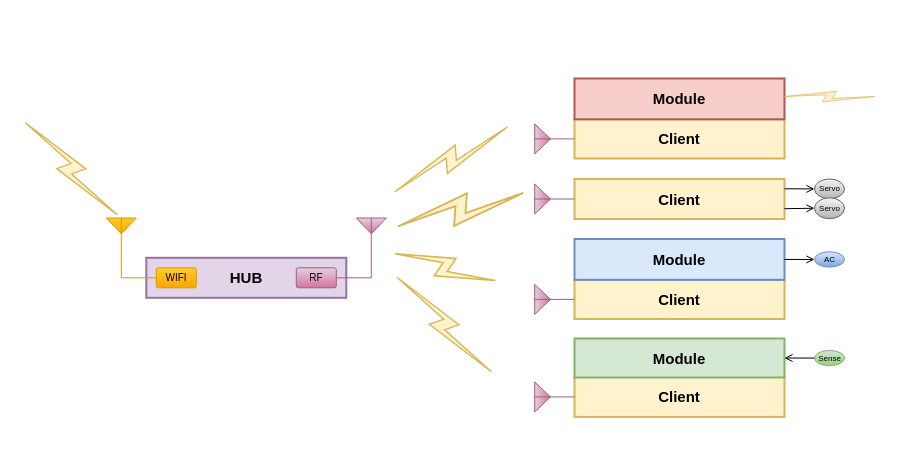
Earlier version of the draw.io diagram page "Simple Block Diagram" (1 of 7) of system_design.drawio (crgmakes/aquarius-design). Source tidied: cells renumbered, new cells numbered last; positions are measured from the earlier drawing's top-left corner, leaving out a move shared by most shapes. Both pictures are drawn from the tidied source at 100%, with x=0, y=0 at pixel (6, 78).
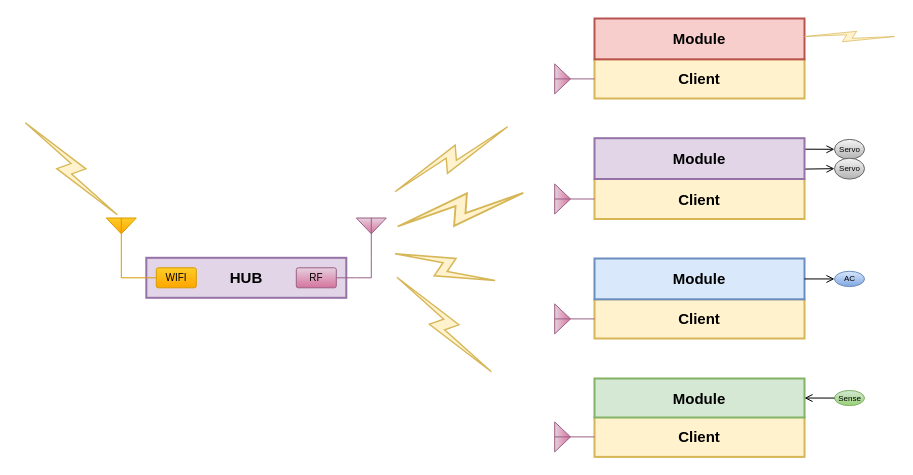
The same diagram, later.

The edit, as a diff of the source:
```diff
@@
     <mxCell id="3" value="Client" style="rounded=0;whiteSpace=wrap;html=1;fillColor=#fff2cc;strokeWidth=2;fontStyle=1;fontFamily=Caros;fontSize=15;verticalAlign=middle;strokeColor=#d6b656;" parent="1" vertex="1">
-      <mxGeometry x="568" y="100.5" width="210" height="40" as="geometry" />
+      <mxGeometry x="588" y="100.5" width="210" height="40" as="geometry" />
     </mxCell>
     <mxCell id="4" style="verticalLabelPosition=bottom;shadow=0;dashed=0;align=center;html=1;verticalAlign=top;shape=mxgraph.electrical.radio.aerial_-_antenna_2;direction=north;fillColor=#e6d0de;gradientColor=#d5739d;strokeColor=#996185;" parent="1" vertex="1">
-      <mxGeometry x="528" y="105.5" width="40" height="30" as="geometry" />
+      <mxGeometry x="548" y="105.5" width="40" height="30" as="geometry" />
     </mxCell>
     <mxCell id="5" value="Servo" style="ellipse;html=1;fontSize=8;fillColor=#f5f5f5;gradientColor=#b3b3b3;strokeColor=#666666;" parent="1" vertex="1">
-      <mxGeometry x="808" y="100.5" width="30" height="19.8" as="geometry" />
+      <mxGeometry x="828" y="60.9" width="30" height="19.8" as="geometry" />
     </mxCell>
     <mxCell id="6" style="endArrow=open;html=1;rounded=0;align=center;verticalAlign=top;endFill=0;labelBackgroundColor=none;endSize=6;exitX=1;exitY=0.25;exitDx=0;exitDy=0;" parent="1" edge="1" target="5">
       <mxGeometry relative="1" as="geometry">
-        <mxPoint x="778" y="110.3" as="sourcePoint" />
+        <mxPoint x="798" y="70.7" as="sourcePoint" />
       </mxGeometry>
     </mxCell>
     <mxCell id="7" value="Servo" style="ellipse;html=1;fontSize=8;fillColor=#f5f5f5;gradientColor=#b3b3b3;strokeColor=#666666;" parent="1" vertex="1">
-      <mxGeometry x="808" y="119.3" width="30" height="20.9" as="geometry" />
+      <mxGeometry x="828" y="79.7" width="30" height="20.9" as="geometry" />
     </mxCell>
     <mxCell id="8" style="endArrow=open;html=1;rounded=0;align=center;verticalAlign=top;endFill=0;labelBackgroundColor=none;endSize=6;exitX=1;exitY=0.75;exitDx=0;exitDy=0;" parent="1" edge="1" target="7">
       <mxGeometry relative="1" as="geometry">
-        <mxPoint x="778" y="130.2" as="sourcePoint" />
+        <mxPoint x="798" y="90.6" as="sourcePoint" />
       </mxGeometry>
     </mxCell>
     <mxCell id="9" value="Client" style="rounded=0;whiteSpace=wrap;html=1;fillColor=#fff2cc;strokeWidth=2;fontStyle=1;fontFamily=Caros;fontSize=15;verticalAlign=middle;strokeColor=#d6b656;" parent="1" vertex="1">
-      <mxGeometry x="568" y="201.3" width="210" height="39.2" as="geometry" />
+      <mxGeometry x="588" y="220.8" width="210" height="39.2" as="geometry" />
     </mxCell>
     <mxCell id="10" style="verticalLabelPosition=bottom;shadow=0;dashed=0;align=center;html=1;verticalAlign=top;shape=mxgraph.electrical.radio.aerial_-_antenna_2;direction=north;fillColor=#e6d0de;gradientColor=#d5739d;strokeColor=#996185;" parent="1" vertex="1">
-      <mxGeometry x="528" y="205.9" width="40" height="30" as="geometry" />
+      <mxGeometry x="548" y="225.4" width="40" height="30" as="geometry" />
     </mxCell>
     <mxCell id="11" value="Module" style="rounded=0;whiteSpace=wrap;html=1;fillColor=#dae8fc;strokeWidth=2;fontStyle=1;fontFamily=Caros;fontSize=15;verticalAlign=middle;strokeColor=#6c8ebf;" parent="1" vertex="1">
-      <mxGeometry x="568" y="160.5" width="210" height="40.8" as="geometry" />
+      <mxGeometry x="588" y="180" width="210" height="40.8" as="geometry" />
     </mxCell>
     <mxCell id="12" value="AC" style="ellipse;html=1;fontSize=8;fillColor=#dae8fc;gradientColor=#7ea6e0;strokeColor=#6c8ebf;" parent="1" vertex="1">
-      <mxGeometry x="808" y="173.3" width="30" height="15.3" as="geometry" />
+      <mxGeometry x="828" y="192.8" width="30" height="15.3" as="geometry" />
     </mxCell>
@@
     <mxCell id="14" value="Client" style="rounded=0;whiteSpace=wrap;html=1;fillColor=#fff2cc;strokeWidth=2;fontStyle=1;fontFamily=Caros;fontSize=15;verticalAlign=middle;strokeColor=#d6b656;" parent="1" vertex="1">
-      <mxGeometry x="568" y="298.4" width="210" height="40" as="geometry" />
+      <mxGeometry x="588" y="338.4" width="210" height="40" as="geometry" />
     </mxCell>
     <mxCell id="15" style="verticalLabelPosition=bottom;shadow=0;dashed=0;align=center;html=1;verticalAlign=top;shape=mxgraph.electrical.radio.aerial_-_antenna_2;direction=north;fillColor=#e6d0de;gradientColor=#d5739d;strokeColor=#996185;" parent="1" vertex="1">
-      <mxGeometry x="528" y="303.4" width="40" height="30" as="geometry" />
+      <mxGeometry x="548" y="343.4" width="40" height="30" as="geometry" />
     </mxCell>
     <mxCell id="16" value="Module" style="rounded=0;whiteSpace=wrap;html=1;fillColor=#d5e8d4;strokeWidth=2;fontStyle=1;fontFamily=Caros;fontSize=15;verticalAlign=middle;strokeColor=#82b366;" parent="1" vertex="1">
-      <mxGeometry x="568" y="260" width="210" height="39" as="geometry" />
+      <mxGeometry x="588" y="300" width="210" height="39" as="geometry" />
     </mxCell>
     <mxCell id="17" value="Sense" style="ellipse;html=1;fontSize=8;fillColor=#d5e8d4;gradientColor=#97d077;strokeColor=#82b366;" parent="1" vertex="1">
-      <mxGeometry x="808" y="272" width="30" height="15.1" as="geometry" />
+      <mxGeometry x="828" y="312" width="30" height="15.1" as="geometry" />
     </mxCell>
@@
     <mxCell id="28" value="Client" style="rounded=0;whiteSpace=wrap;html=1;fillColor=#fff2cc;strokeWidth=2;fontStyle=1;fontFamily=Caros;fontSize=15;verticalAlign=middle;strokeColor=#d6b656;" parent="1" vertex="1">
-      <mxGeometry x="568" y="40.8" width="210" height="39.2" as="geometry" />
+      <mxGeometry x="588" y="-19.2" width="210" height="39.2" as="geometry" />
     </mxCell>
     <mxCell id="29" style="verticalLabelPosition=bottom;shadow=0;dashed=0;align=center;html=1;verticalAlign=top;shape=mxgraph.electrical.radio.aerial_-_antenna_2;direction=north;fillColor=#e6d0de;gradientColor=#d5739d;strokeColor=#996185;" parent="1" vertex="1">
-      <mxGeometry x="528" y="45.4" width="40" height="30" as="geometry" />
+      <mxGeometry x="548" y="-14.6" width="40" height="30" as="geometry" />
     </mxCell>
     <mxCell id="30" value="Module" style="rounded=0;whiteSpace=wrap;html=1;fillColor=#f8cecc;strokeWidth=2;fontStyle=1;fontFamily=Caros;fontSize=15;verticalAlign=middle;strokeColor=#b85450;" parent="1" vertex="1">
-      <mxGeometry x="568" width="210" height="40.8" as="geometry" />
+      <mxGeometry x="588" y="-60" width="210" height="40.8" as="geometry" />
     </mxCell>
     <mxCell id="31" style="verticalAlign=top;verticalLabelPosition=bottom;labelPosition=center;align=center;html=1;fillColor=#fff2cc;strokeColor=#d6b656;gradientDirection=north;strokeWidth=2;shape=mxgraph.networks.comm_link;rotation=0;direction=south;" parent="1" vertex="1">
-      <mxGeometry x="778" y="12.8" width="90" height="10.5" as="geometry" />
+      <mxGeometry x="798" y="-47.2" width="90" height="10.5" as="geometry" />
     </mxCell>
@@
+    <mxCell id="34" value="Module" style="rounded=0;whiteSpace=wrap;html=1;fillColor=#e1d5e7;strokeWidth=2;fontStyle=1;fontFamily=Caros;fontSize=15;verticalAlign=middle;strokeColor=#9673a6;" parent="1" vertex="1">
+      <mxGeometry x="588" y="59.7" width="210" height="40.8" as="geometry" />
+    </mxCell>
```
